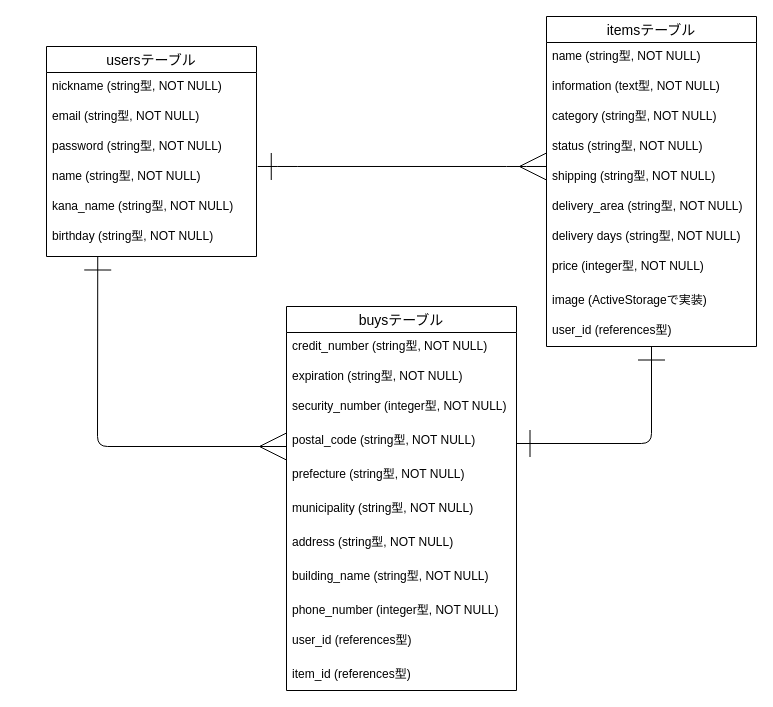
Earlier version of the draw.io diagram furima.dio (tatu0604/furima-36123). Source tidied: cells renumbered, new cells numbered last; positions are measured from the earlier drawing's top-left corner, leaving out a move shared by most shapes. Both pictures are drawn from the tidied source at 100%, with x=0, y=0 at pixel (46, 16).
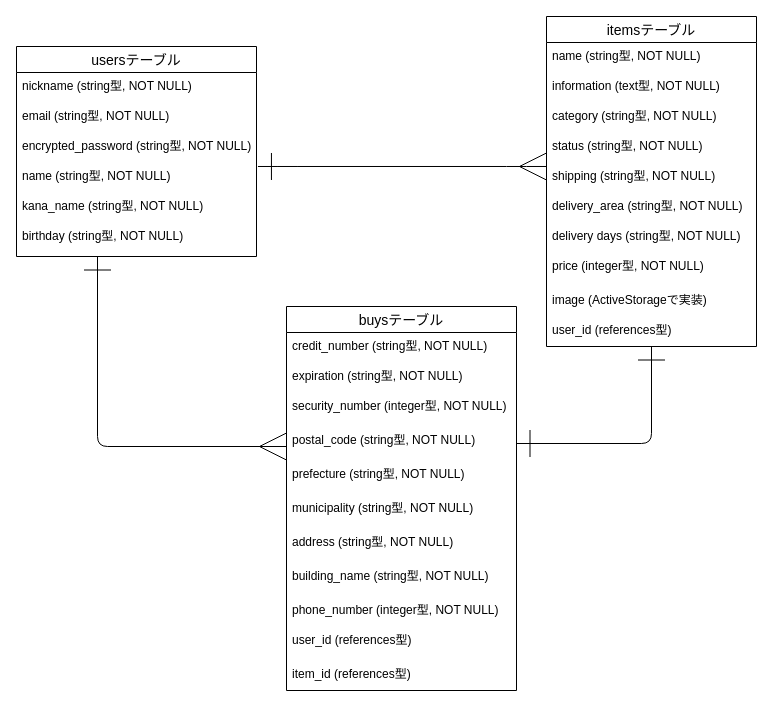
The same page after the edit.

Commit message (it also covers changes not shown here):
データベース設計修正1

The edit, as a diff of the source:
```diff
@@
     <mxCell id="2" value="usersテーブル" style="swimlane;fontStyle=0;horizontal=1;startSize=26;align=center;fontSize=14;" parent="1" vertex="1">
-      <mxGeometry y="30" width="210" height="210" as="geometry" />
+      <mxGeometry x="-30" y="30" width="240" height="210" as="geometry" />
     </mxCell>
     <mxCell id="3" value="nickname (string型, NOT NULL)&#10;&#10;&#10;" style="text;strokeColor=none;fillColor=none;spacingLeft=4;spacingRight=4;overflow=hidden;fontSize=12;" parent="2" vertex="1">
-      <mxGeometry y="26" width="210" height="30" as="geometry" />
+      <mxGeometry y="26" width="240" height="30" as="geometry" />
     </mxCell>
     <mxCell id="4" value="email (string型, NOT NULL)" style="text;strokeColor=none;fillColor=none;spacingLeft=4;spacingRight=4;overflow=hidden;fontSize=12;" parent="2" vertex="1">
-      <mxGeometry y="56" width="210" height="30" as="geometry" />
+      <mxGeometry y="56" width="240" height="30" as="geometry" />
     </mxCell>
-    <mxCell id="5" value="password (string型, NOT NULL)" style="text;strokeColor=none;fillColor=none;spacingLeft=4;spacingRight=4;overflow=hidden;fontSize=12;" parent="2" vertex="1">
-      <mxGeometry y="86" width="210" height="30" as="geometry" />
+    <mxCell id="5" value="encrypted_password (string型, NOT NULL)" style="text;strokeColor=none;fillColor=none;spacingLeft=4;spacingRight=4;overflow=hidden;fontSize=12;" parent="2" vertex="1">
+      <mxGeometry y="86" width="240" height="30" as="geometry" />
     </mxCell>
     <mxCell id="6" value="name (string型, NOT NULL)" style="text;strokeColor=none;fillColor=none;spacingLeft=4;spacingRight=4;overflow=hidden;points=[[0,0.5],[1,0.5]];portConstraint=eastwest;fontSize=12;" parent="2" vertex="1">
-      <mxGeometry y="116" width="210" height="30" as="geometry" />
+      <mxGeometry y="116" width="240" height="30" as="geometry" />
     </mxCell>
     <mxCell id="7" value="kana_name (string型, NOT NULL)" style="text;strokeColor=none;fillColor=none;spacingLeft=4;spacingRight=4;overflow=hidden;fontSize=12;" parent="2" vertex="1">
-      <mxGeometry y="146" width="210" height="30" as="geometry" />
+      <mxGeometry y="146" width="240" height="30" as="geometry" />
     </mxCell>
     <mxCell id="8" value="birthday (string型, NOT NULL)" style="text;strokeColor=none;fillColor=none;spacingLeft=4;spacingRight=4;overflow=hidden;points=[[0,0.5],[1,0.5]];portConstraint=eastwest;fontSize=12;" parent="2" vertex="1">
-      <mxGeometry y="176" width="210" height="34" as="geometry" />
+      <mxGeometry y="176" width="240" height="34" as="geometry" />
     </mxCell>
@@
-    <mxCell id="33" style="fontSize=12;html=1;endArrow=ERmany;endSize=25;endFill=0;startArrow=ERone;startFill=0;exitX=0.244;exitY=1;exitDx=0;exitDy=0;exitPerimeter=0;startSize=25;" parent="1" edge="1" source="8">
+    <mxCell id="33" style="fontSize=12;html=1;endArrow=ERmany;endSize=25;endFill=0;startArrow=ERone;startFill=0;startSize=25;" parent="1" edge="1">
       <mxGeometry relative="1" as="geometry">
+        <mxPoint x="51" y="240" as="sourcePoint" />
         <mxPoint x="240" y="430" as="targetPoint" />
         <Array as="points">
           <mxPoint x="51" y="430" />
         </Array>
       </mxGeometry>
     </mxCell>
```
